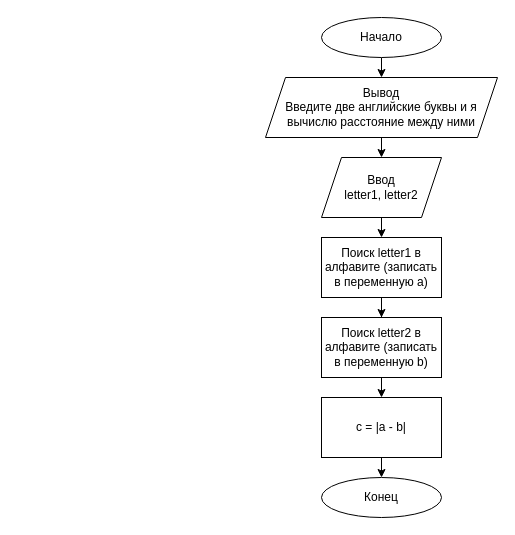
Before: page "Task_4" (2 of 4) of HW_1/Untitled Diagram.drawio in grigart97/Algorithms_Python_GB, a draw.io diagram. Source tidied: cells renumbered, new cells numbered last; positions are measured from the earlier drawing's top-left corner, leaving out a move shared by most shapes. Both pictures are drawn from the tidied source at 100%, with x=0, y=0 at pixel (265, 17).
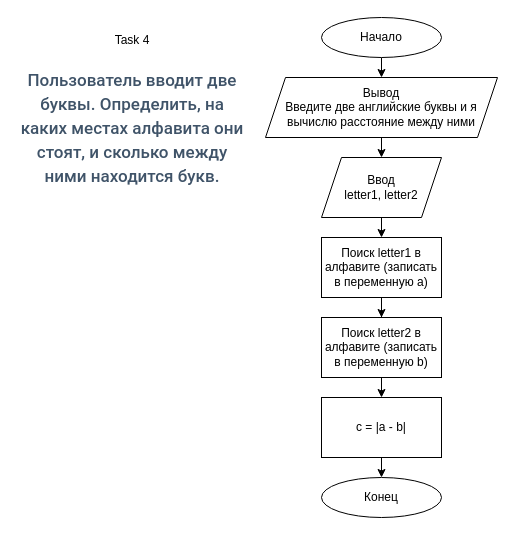
Above is the later version.

The edit, as a diff of the source:
```diff
@@
 <mxGraphModel>
   <root>
     <mxCell id="0" />
     <mxCell id="1" parent="0" />
     <mxCell id="2" style="edgeStyle=orthogonalEdgeStyle;rounded=0;jettySize=auto;html=1;exitX=0.5;exitY=1;exitDx=0;exitDy=0;entryX=0.5;entryY=0;entryDx=0;entryDy=0;" parent="1" edge="1" source="3" target="5">
       <mxGeometry relative="1" as="geometry" />
     </mxCell>
     <mxCell id="3" value="Начало" style="ellipse;whiteSpace=wrap;html=1;" parent="1" vertex="1">
       <mxGeometry x="56" width="120" height="40" as="geometry" />
     </mxCell>
     <mxCell id="4" style="edgeStyle=orthogonalEdgeStyle;rounded=0;jettySize=auto;html=1;exitX=0.5;exitY=1;exitDx=0;exitDy=0;entryX=0.5;entryY=0;entryDx=0;entryDy=0;" parent="1" edge="1" source="5" target="7">
       <mxGeometry relative="1" as="geometry" />
     </mxCell>
     <mxCell id="5" value="Вывод&lt;br&gt;Введите две английские буквы и я вычислю расстояние между ними" style="shape=parallelogram;perimeter=parallelogramPerimeter;whiteSpace=wrap;html=1;fixedSize=1;" parent="1" vertex="1">
       <mxGeometry y="60" width="232" height="60" as="geometry" />
     </mxCell>
     <mxCell id="6" style="edgeStyle=orthogonalEdgeStyle;rounded=0;jettySize=auto;html=1;exitX=0.5;exitY=1;exitDx=0;exitDy=0;entryX=0.5;entryY=0;entryDx=0;entryDy=0;" parent="1" edge="1" source="7" target="9">
       <mxGeometry relative="1" as="geometry" />
     </mxCell>
     <mxCell id="7" value="Ввод&lt;br&gt;letter1, letter2" style="shape=parallelogram;perimeter=parallelogramPerimeter;whiteSpace=wrap;html=1;fixedSize=1;" parent="1" vertex="1">
       <mxGeometry x="56" y="140" width="120" height="60" as="geometry" />
     </mxCell>
     <mxCell id="8" style="edgeStyle=orthogonalEdgeStyle;rounded=0;jettySize=auto;html=1;exitX=0.5;exitY=1;exitDx=0;exitDy=0;" parent="1" edge="1" source="9" target="11">
       <mxGeometry relative="1" as="geometry" />
     </mxCell>
     <mxCell id="9" value="Поиск letter1 в алфавите (записать в переменную a)" style="rounded=0;whiteSpace=wrap;html=1;" parent="1" vertex="1">
       <mxGeometry x="56" y="220" width="120" height="60" as="geometry" />
     </mxCell>
     <mxCell id="10" style="edgeStyle=orthogonalEdgeStyle;rounded=0;jettySize=auto;html=1;exitX=0.5;exitY=1;exitDx=0;exitDy=0;entryX=0.5;entryY=0;entryDx=0;entryDy=0;" parent="1" edge="1" source="11" target="13">
       <mxGeometry relative="1" as="geometry" />
     </mxCell>
     <mxCell id="11" value="Поиск letter2 в алфавите (записать в переменную b)" style="rounded=0;whiteSpace=wrap;html=1;" parent="1" vertex="1">
       <mxGeometry x="56" y="300" width="120" height="60" as="geometry" />
     </mxCell>
     <mxCell id="12" style="edgeStyle=orthogonalEdgeStyle;rounded=0;jettySize=auto;html=1;exitX=0.5;exitY=1;exitDx=0;exitDy=0;entryX=0.5;entryY=0;entryDx=0;entryDy=0;" parent="1" edge="1" source="13" target="14">
       <mxGeometry relative="1" as="geometry" />
     </mxCell>
     <mxCell id="13" value="c = |a - b|" style="rounded=0;whiteSpace=wrap;html=1;" parent="1" vertex="1">
       <mxGeometry x="56" y="380" width="120" height="60" as="geometry" />
     </mxCell>
     <mxCell id="14" value="Конец" style="ellipse;whiteSpace=wrap;html=1;" parent="1" vertex="1">
       <mxGeometry x="56" y="460" width="120" height="40" as="geometry" />
     </mxCell>
+    <mxCell id="15" value="Task 4&lt;br&gt;&lt;h3 style=&quot;box-sizing: border-box ; font-family: &amp;#34;roboto&amp;#34; , &amp;#34;san francisco&amp;#34; , &amp;#34;helvetica neue&amp;#34; , &amp;#34;helvetica&amp;#34; , &amp;#34;arial&amp;#34; ; font-weight: 500 ; line-height: 24px ; color: rgb(63 , 83 , 104) ; margin-top: 20px ; margin-bottom: 10px ; font-size: 17px ; background-color: rgb(255 , 255 , 255)&quot;&gt;Пользователь вводит две буквы. Определить, на каких местах алфавита они стоят, и сколько между ними находится букв.&lt;/h3&gt;&lt;div&gt;&lt;br&gt;&lt;/div&gt;" style="text;html=1;strokeColor=none;fillColor=none;align=center;verticalAlign=middle;whiteSpace=wrap;rounded=0;" parent="1" vertex="1">
+      <mxGeometry x="-248" y="20" width="230" height="170" as="geometry" />
+    </mxCell>
   </root>
 </mxGraphModel>
```
